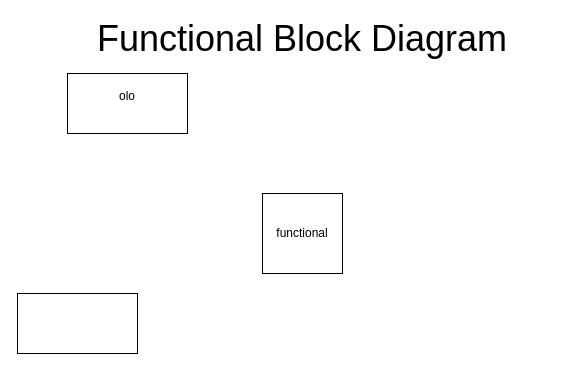
Before: diagrams/functional_block_diagram.drawio in martintara/kaffeknekt, a draw.io diagram. Source tidied: cells renumbered, new cells numbered last; positions are measured from the earlier drawing's top-left corner, leaving out a move shared by most shapes. Both pictures are drawn from the tidied source at 100%, with x=0, y=0 at pixel (17, 23).
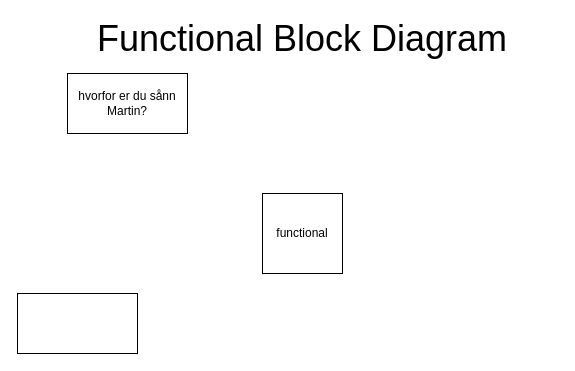
The same page after the edit.

The edit, as a diff of the source:
```diff
@@
 <mxGraphModel>
   <root>
     <mxCell id="0" />
     <mxCell id="1" parent="0" />
     <mxCell id="2" value="&lt;font style=&quot;font-size: 36px;&quot;&gt;Functional Block Diagram&lt;/font&gt;" style="text;html=1;align=center;verticalAlign=middle;whiteSpace=wrap;rounded=0;" parent="1" vertex="1">
       <mxGeometry x="30" width="510" height="30" as="geometry" />
     </mxCell>
     <mxCell id="3" value="functional" style="whiteSpace=wrap;html=1;" parent="1" vertex="1">
       <mxGeometry x="245" y="170" width="80" height="80" as="geometry" />
     </mxCell>
-    <mxCell id="4" value="olo&lt;div&gt;&lt;br&gt;&lt;/div&gt;" style="whiteSpace=wrap;html=1;" parent="1" vertex="1">
+    <mxCell id="4" value="&lt;div&gt;hvorfor er du sånn Martin?&lt;/div&gt;" style="whiteSpace=wrap;html=1;" parent="1" vertex="1">
       <mxGeometry x="50" y="50" width="120" height="60" as="geometry" />
     </mxCell>
     <mxCell id="5" style="whiteSpace=wrap;html=1;" parent="1" vertex="1">
       <mxGeometry y="270" width="120" height="60" as="geometry" />
     </mxCell>
   </root>
 </mxGraphModel>
```
